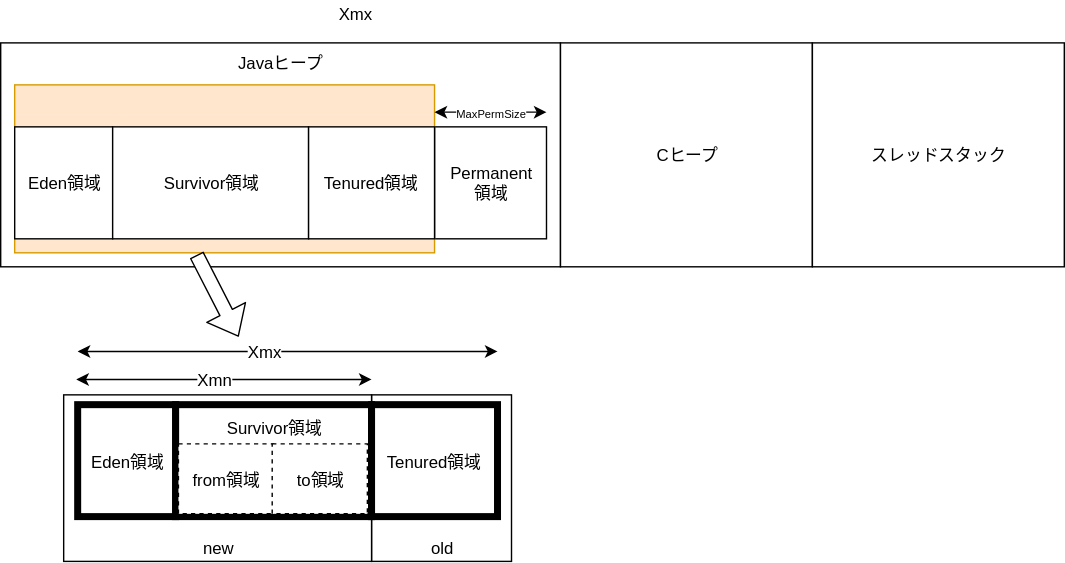
The draw.io diagram assets/study-jvm-memory-management/image3.svg in tou0624/tou0624.github.io, before a commit. Source tidied: cells renumbered, new cells last; positions are measured from the earlier drawing's top-left corner, leaving out a move shared by most shapes. The source it was exported from:
```xml
<mxGraphModel background="#ffffff">
  <root>
    <mxCell id="0" />
    <mxCell id="1" parent="0" />
    <mxCell id="2" value="old" style="rounded=0;whiteSpace=wrap;html=1;verticalAlign=bottom;" parent="1" vertex="1">
      <mxGeometry x="265" y="281.5" width="100" height="119" as="geometry" />
    </mxCell>
    <mxCell id="3" value="new" style="rounded=0;whiteSpace=wrap;html=1;verticalAlign=bottom;" parent="1" vertex="1">
      <mxGeometry x="45" y="281.5" width="220" height="119" as="geometry" />
    </mxCell>
    <mxCell id="4" value="Javaヒープ" style="rounded=0;whiteSpace=wrap;html=1;verticalAlign=top;" parent="1" vertex="1">
      <mxGeometry y="30" width="400" height="160" as="geometry" />
    </mxCell>
    <mxCell id="5" value="Cヒープ" style="rounded=0;whiteSpace=wrap;html=1;" parent="1" vertex="1">
      <mxGeometry x="400" y="30" width="180" height="160" as="geometry" />
    </mxCell>
    <mxCell id="6" value="スレッドスタック" style="rounded=0;whiteSpace=wrap;html=1;" parent="1" vertex="1">
      <mxGeometry x="580" y="30" width="180" height="160" as="geometry" />
    </mxCell>
    <mxCell id="7" value="Permanent&lt;br&gt;領域&lt;br&gt;" style="rounded=0;whiteSpace=wrap;html=1;" parent="1" vertex="1">
      <mxGeometry x="310" y="90" width="80" height="80" as="geometry" />
    </mxCell>
    <mxCell id="8" style="rounded=0;whiteSpace=wrap;html=1;fillColor=#ffe6cc;strokeColor=#d79b00;" parent="1" vertex="1">
      <mxGeometry x="10" y="60" width="300" height="120" as="geometry" />
    </mxCell>
    <mxCell id="9" value="Eden領域" style="rounded=0;whiteSpace=wrap;html=1;" parent="1" vertex="1">
      <mxGeometry x="10" y="90" width="70" height="80" as="geometry" />
    </mxCell>
    <mxCell id="10" value="Survivor領域" style="rounded=0;whiteSpace=wrap;html=1;" parent="1" vertex="1">
      <mxGeometry x="80" y="90" width="140" height="80" as="geometry" />
    </mxCell>
    <mxCell id="11" value="Tenured領域" style="rounded=0;whiteSpace=wrap;html=1;" parent="1" vertex="1">
      <mxGeometry x="220" y="90" width="90" height="80" as="geometry" />
    </mxCell>
    <mxCell id="12" style="shape=flexArrow;endArrow=classic;html=1;fillColor=#ffffff;" parent="1" edge="1">
      <mxGeometry relative="1" as="geometry">
        <mxPoint x="140" y="181.5" as="sourcePoint" />
        <mxPoint x="170" y="240" as="targetPoint" />
      </mxGeometry>
    </mxCell>
    <mxCell id="13" value="Eden領域" style="rounded=0;whiteSpace=wrap;html=1;strokeWidth=5;" parent="1" vertex="1">
      <mxGeometry x="55" y="288.5" width="70" height="80" as="geometry" />
    </mxCell>
    <mxCell id="14" value="Survivor領域" style="rounded=0;whiteSpace=wrap;html=1;verticalAlign=top;strokeWidth=5;" parent="1" vertex="1">
      <mxGeometry x="125" y="288.5" width="140" height="80" as="geometry" />
    </mxCell>
    <mxCell id="15" value="Tenured領域" style="rounded=0;whiteSpace=wrap;html=1;strokeWidth=5;" parent="1" vertex="1">
      <mxGeometry x="265" y="288.5" width="90" height="80" as="geometry" />
    </mxCell>
    <mxCell id="16" value="from領域" style="rounded=0;whiteSpace=wrap;html=1;dashed=1;" parent="1" vertex="1">
      <mxGeometry x="127" y="316.5" width="68" height="50" as="geometry" />
    </mxCell>
    <mxCell id="17" value="to領域" style="rounded=0;whiteSpace=wrap;html=1;dashed=1;" parent="1" vertex="1">
      <mxGeometry x="194" y="316.5" width="68" height="50" as="geometry" />
    </mxCell>
    <mxCell id="18" style="endArrow=classic;startArrow=classic;html=1;" parent="1" edge="1">
      <mxGeometry relative="1" as="geometry">
        <mxPoint x="55" y="250.5" as="sourcePoint" />
        <mxPoint x="355" y="250.5" as="targetPoint" />
      </mxGeometry>
    </mxCell>
    <mxCell id="19" value="Xmx" style="text;html=1;align=left;verticalAlign=top;spacingTop=-4;labelBackgroundColor=#ffffff;" parent="1" vertex="1">
      <mxGeometry x="175" y="241.5" width="40" height="20" as="geometry" />
    </mxCell>
    <mxCell id="20" style="endArrow=classic;startArrow=classic;html=1;" parent="1" edge="1">
      <mxGeometry relative="1" as="geometry">
        <mxPoint x="54" y="270.5" as="sourcePoint" />
        <mxPoint x="265" y="270.5" as="targetPoint" />
      </mxGeometry>
    </mxCell>
    <mxCell id="21" value="Xmn" style="text;html=1;align=center;verticalAlign=middle;labelBackgroundColor=#ffffff;" parent="20" vertex="1">
      <mxGeometry x="-0.21" y="-1" relative="1" as="geometry">
        <mxPoint x="16" y="-1" as="offset" />
      </mxGeometry>
    </mxCell>
    <mxCell id="22" value="Xmx" style="text;html=1;align=left;verticalAlign=top;spacingTop=-4;labelBackgroundColor=#ffffff;" parent="1" vertex="1">
      <mxGeometry x="240" width="40" height="20" as="geometry" />
    </mxCell>
    <mxCell id="23" style="endArrow=classic;startArrow=classic;html=1;" parent="1" edge="1">
      <mxGeometry relative="1" as="geometry">
        <mxPoint x="310" y="79.5" as="sourcePoint" />
        <mxPoint x="390" y="79.5" as="targetPoint" />
      </mxGeometry>
    </mxCell>
    <mxCell id="24" value="MaxPermSize" style="text;html=1;align=center;verticalAlign=middle;labelBackgroundColor=#ffffff;fontSize=8;" parent="23" vertex="1">
      <mxGeometry x="-0.23" y="-2" relative="1" as="geometry">
        <mxPoint x="9" y="-1.5" as="offset" />
      </mxGeometry>
    </mxCell>
  </root>
</mxGraphModel>
```
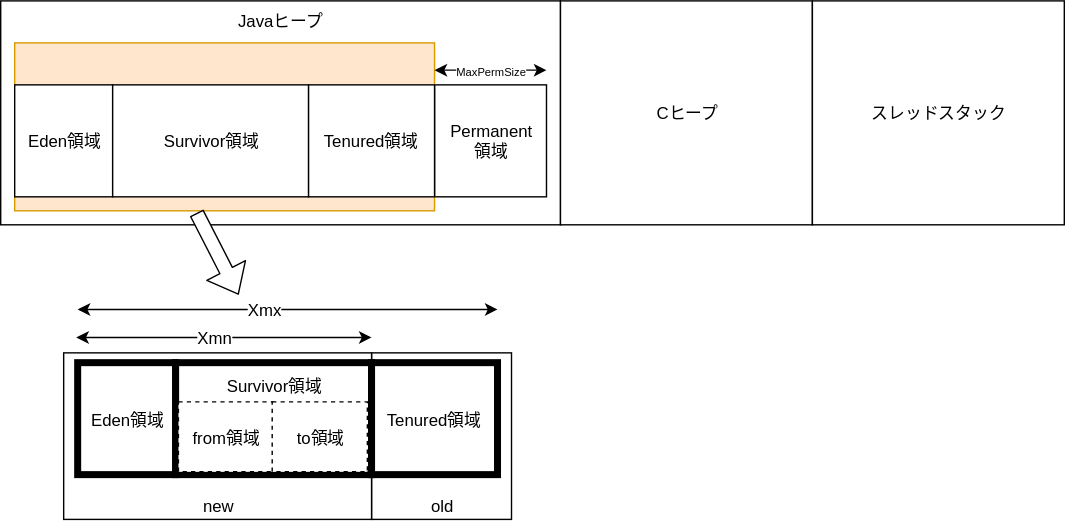
The same file after the commit.

Commit message:
ゴミデータ削除２

Change to the diagram source:
```diff
@@ -73,9 +73,6 @@
         <mxPoint x="16" y="-1" as="offset" />
       </mxGeometry>
     </mxCell>
-    <mxCell id="22" value="Xmx" style="text;html=1;align=left;verticalAlign=top;spacingTop=-4;labelBackgroundColor=#ffffff;" parent="1" vertex="1">
-      <mxGeometry x="240" width="40" height="20" as="geometry" />
-    </mxCell>
     <mxCell id="23" style="endArrow=classic;startArrow=classic;html=1;" parent="1" edge="1">
       <mxGeometry relative="1" as="geometry">
         <mxPoint x="310" y="79.5" as="sourcePoint" />
```
